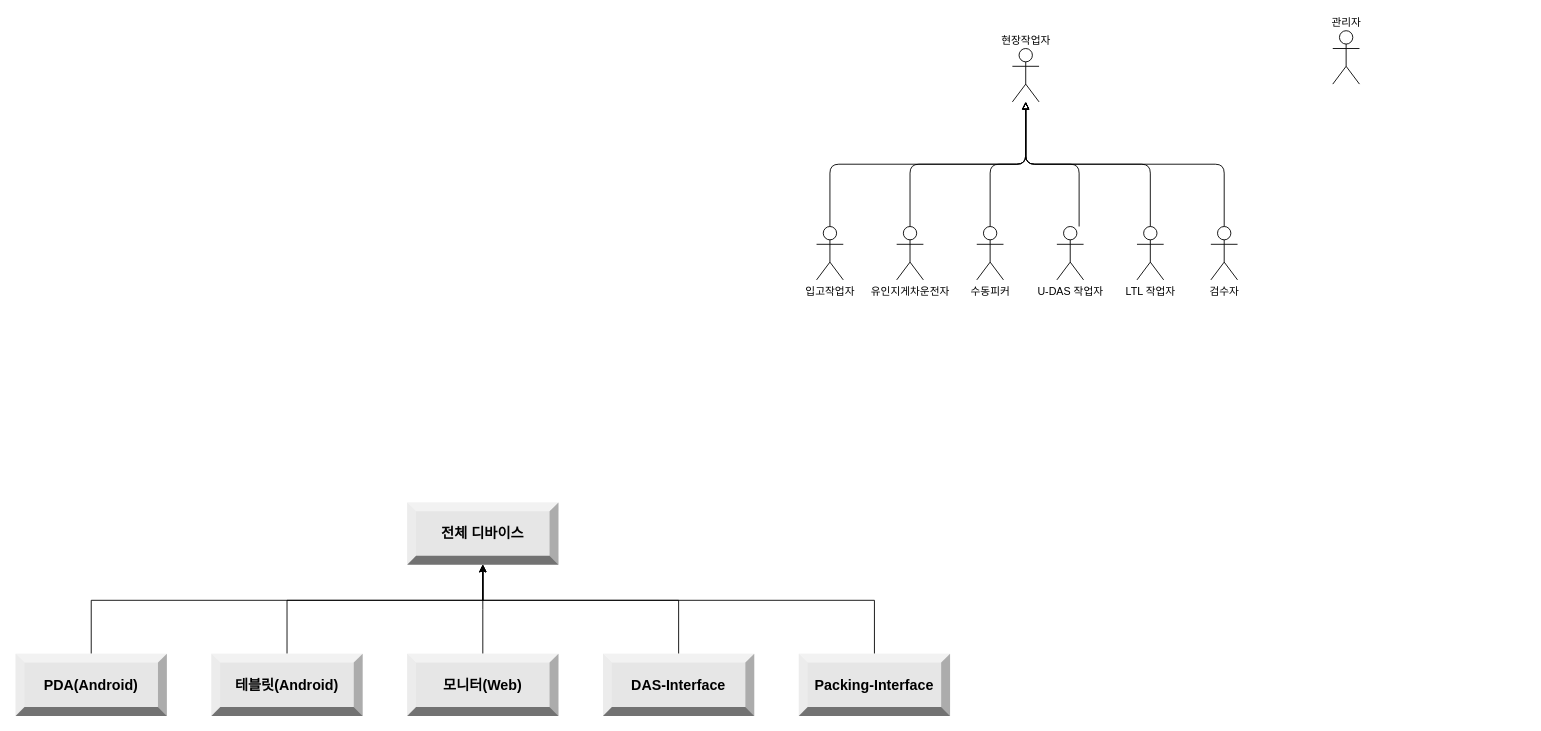
Before: 제목 없는 다이어그램.drawio in JiungChoi/2021-Java-ycsc, a draw.io diagram. Source tidied: cells renumbered, new cells numbered last; positions are measured from the earlier drawing's top-left corner, leaving out a move shared by most shapes. Both pictures are drawn from the tidied source at 89%, with x=0, y=0 at pixel (15, 30).
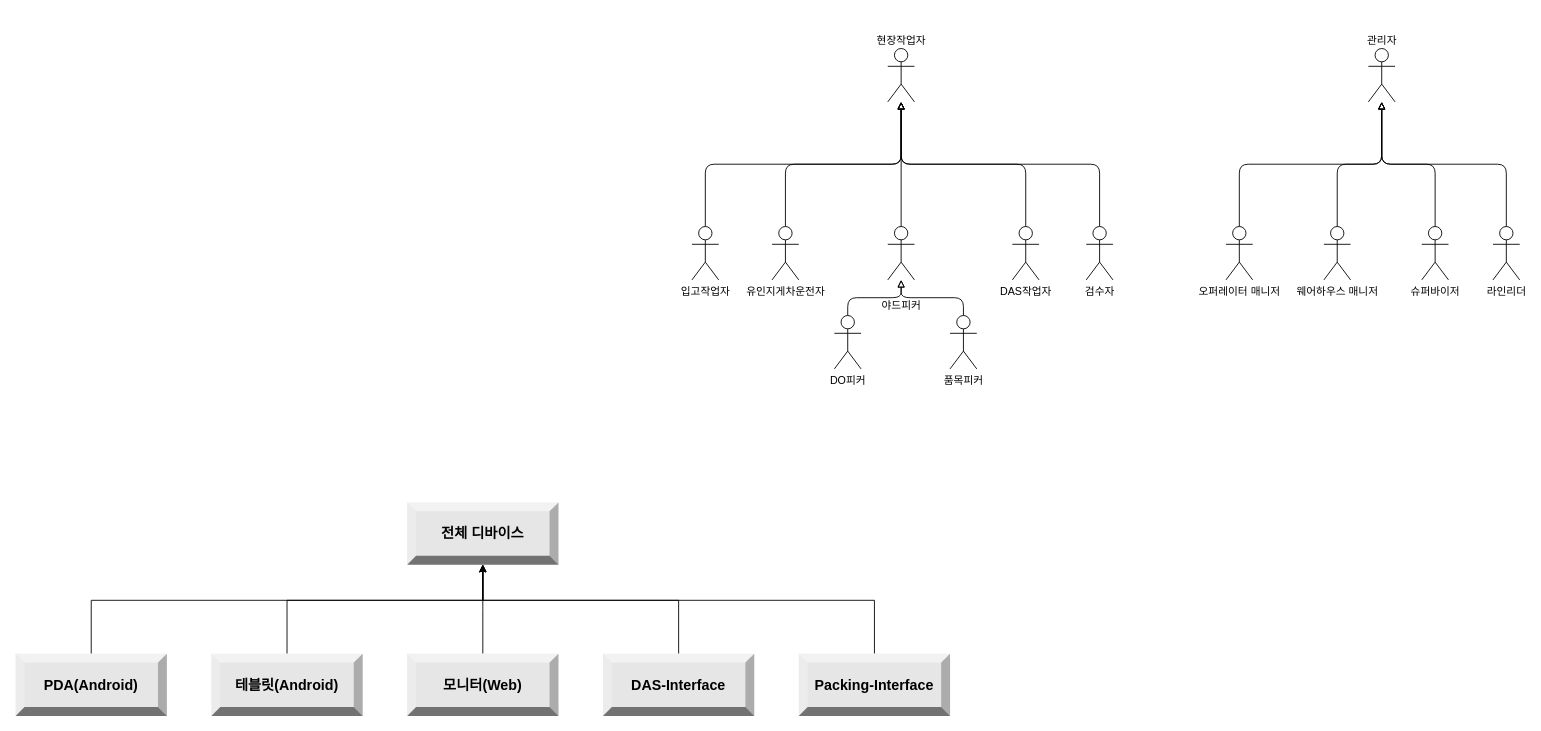
Above is the later version.

Commit message:
제목 없는 다이어그램.drawio 업데이트

Change to the diagram source:
```diff
@@
-    <mxCell id="2" value="현장작업자&lt;br&gt;" style="shape=umlActor;verticalLabelPosition=top;verticalAlign=bottom;html=1;outlineConnect=0;spacingTop=0;spacingBottom=0;labelPosition=center;align=center;" parent="1" vertex="1">
-      <mxGeometry x="1120" y="20" width="30" height="60" as="geometry" />
+    <mxCell id="2" value="현장작업자&lt;br&gt;" style="shape=umlActor;verticalLabelPosition=top;verticalAlign=bottom;html=1;outlineConnect=0;spacingTop=0;spacingBottom=0;labelPosition=center;align=center;labelBackgroundColor=none;labelBorderColor=none;" parent="1" vertex="1">
+      <mxGeometry x="980" y="20" width="30" height="60" as="geometry" />
     </mxCell>
-    <mxCell id="3" value="LTL 작업자" style="shape=umlActor;verticalLabelPosition=bottom;verticalAlign=top;html=1;outlineConnect=0;" parent="1" vertex="1">
-      <mxGeometry x="1260" y="220" width="30" height="60" as="geometry" />
+    <mxCell id="3" value="DAS작업자" style="shape=umlActor;verticalLabelPosition=bottom;verticalAlign=top;html=1;outlineConnect=0;labelBackgroundColor=none;labelBorderColor=none;" parent="1" vertex="1">
+      <mxGeometry x="1120" y="220" width="30" height="60" as="geometry" />
     </mxCell>
-    <mxCell id="4" style="edgeStyle=orthogonalEdgeStyle;rounded=1;jettySize=auto;html=1;endArrow=block;endFill=0;" parent="1" edge="1" source="5" target="2">
+    <mxCell id="4" style="edgeStyle=orthogonalEdgeStyle;rounded=1;jettySize=auto;html=1;endArrow=block;endFill=0;labelBackgroundColor=none;labelBorderColor=none;" parent="1" edge="1" source="5" target="2">
       <mxGeometry relative="1" as="geometry">
         <Array as="points">
-          <mxPoint x="1358" y="150" />
-          <mxPoint x="1135" y="150" />
+          <mxPoint x="1218" y="150" />
+          <mxPoint x="995" y="150" />
         </Array>
       </mxGeometry>
     </mxCell>
-    <mxCell id="5" value="검수자" style="shape=umlActor;verticalLabelPosition=bottom;verticalAlign=top;html=1;outlineConnect=0;" parent="1" vertex="1">
-      <mxGeometry x="1343" y="220" width="30" height="60" as="geometry" />
+    <mxCell id="5" value="검수자" style="shape=umlActor;verticalLabelPosition=bottom;verticalAlign=top;html=1;outlineConnect=0;labelBackgroundColor=none;labelBorderColor=none;" parent="1" vertex="1">
+      <mxGeometry x="1203" y="220" width="30" height="60" as="geometry" />
     </mxCell>
     <mxCell id="6" value="관리자" style="shape=umlActor;verticalLabelPosition=top;verticalAlign=bottom;html=1;outlineConnect=0;labelPosition=center;align=center;" parent="1" vertex="1">
-      <mxGeometry x="1480" width="30" height="60" as="geometry" />
+      <mxGeometry x="1520" y="20" width="30" height="60" as="geometry" />
     </mxCell>
-    <mxCell id="7" value="수동피커" style="shape=umlActor;verticalLabelPosition=bottom;verticalAlign=top;html=1;outlineConnect=0;" parent="1" vertex="1">
-      <mxGeometry x="1080" y="220" width="30" height="60" as="geometry" />
+    <mxCell id="7" value="&lt;p style=&quot;line-height: 180%;&quot;&gt;야드피커&lt;br&gt;&lt;/p&gt;" style="shape=umlActor;verticalLabelPosition=bottom;verticalAlign=top;html=1;outlineConnect=0;labelBackgroundColor=none;labelBorderColor=none;" parent="1" vertex="1">
+      <mxGeometry x="980" y="220" width="30" height="60" as="geometry" />
     </mxCell>
-    <mxCell id="8" style="rounded=1;jettySize=auto;html=1;endArrow=block;endFill=0;exitX=0.5;exitY=0;exitDx=0;exitDy=0;exitPerimeter=0;edgeStyle=orthogonalEdgeStyle;" parent="1" edge="1" source="9" target="2">
+    <mxCell id="8" style="rounded=1;jettySize=auto;html=1;endArrow=block;endFill=0;exitX=0.5;exitY=0;exitDx=0;exitDy=0;exitPerimeter=0;edgeStyle=orthogonalEdgeStyle;labelBackgroundColor=none;labelBorderColor=none;" parent="1" edge="1" source="9" target="2">
       <mxGeometry relative="1" as="geometry" />
     </mxCell>
-    <mxCell id="9" value="입고작업자" style="shape=umlActor;verticalLabelPosition=bottom;verticalAlign=top;html=1;outlineConnect=0;" parent="1" vertex="1">
-      <mxGeometry x="900" y="220" width="30" height="60" as="geometry" />
+    <mxCell id="9" value="입고작업자" style="shape=umlActor;verticalLabelPosition=bottom;verticalAlign=top;html=1;outlineConnect=0;labelBackgroundColor=none;labelBorderColor=none;" parent="1" vertex="1">
+      <mxGeometry x="760" y="220" width="30" height="60" as="geometry" />
     </mxCell>
-    <mxCell id="10" style="rounded=1;jettySize=auto;html=1;endArrow=block;endFill=0;exitX=0.5;exitY=0;exitDx=0;exitDy=0;exitPerimeter=0;edgeStyle=orthogonalEdgeStyle;" parent="1" edge="1" source="11" target="2">
+    <mxCell id="10" style="rounded=1;jettySize=auto;html=1;endArrow=block;endFill=0;exitX=0.5;exitY=0;exitDx=0;exitDy=0;exitPerimeter=0;edgeStyle=orthogonalEdgeStyle;labelBackgroundColor=none;labelBorderColor=none;" parent="1" edge="1" source="11" target="2">
       <mxGeometry relative="1" as="geometry" />
     </mxCell>
-    <mxCell id="11" value="유인지게차운전자&lt;br&gt;" style="shape=umlActor;verticalLabelPosition=bottom;verticalAlign=top;html=1;outlineConnect=0;" parent="1" vertex="1">
-      <mxGeometry x="990" y="220" width="30" height="60" as="geometry" />
+    <mxCell id="11" value="유인지게차운전자&lt;br&gt;" style="shape=umlActor;verticalLabelPosition=bottom;verticalAlign=top;html=1;outlineConnect=0;labelBackgroundColor=none;labelBorderColor=none;" parent="1" vertex="1">
+      <mxGeometry x="850" y="220" width="30" height="60" as="geometry" />
     </mxCell>
-    <mxCell id="12" style="rounded=1;jettySize=auto;html=1;endArrow=block;endFill=0;exitX=0.5;exitY=0;exitDx=0;exitDy=0;exitPerimeter=0;edgeStyle=orthogonalEdgeStyle;" parent="1" edge="1" source="7" target="2">
+    <mxCell id="12" style="rounded=1;jettySize=auto;html=1;endArrow=block;endFill=0;exitX=0.5;exitY=0;exitDx=0;exitDy=0;exitPerimeter=0;edgeStyle=orthogonalEdgeStyle;labelBackgroundColor=none;labelBorderColor=none;" parent="1" edge="1" source="7" target="2">
       <mxGeometry relative="1" as="geometry" />
     </mxCell>
-    <mxCell id="13" style="jettySize=auto;html=1;endArrow=block;endFill=0;exitX=0.5;exitY=0;exitDx=0;exitDy=0;exitPerimeter=0;rounded=1;edgeStyle=orthogonalEdgeStyle;" parent="1" edge="1" source="3" target="2">
+    <mxCell id="13" style="jettySize=auto;html=1;endArrow=block;endFill=0;exitX=0.5;exitY=0;exitDx=0;exitDy=0;exitPerimeter=0;rounded=1;edgeStyle=orthogonalEdgeStyle;labelBackgroundColor=none;labelBorderColor=none;" parent="1" edge="1" source="3" target="2">
       <mxGeometry relative="1" as="geometry" />
     </mxCell>
-    <mxCell id="14" style="edgeStyle=orthogonalEdgeStyle;rounded=1;jettySize=auto;html=1;endArrow=block;endFill=0;" parent="1" edge="1" source="15" target="2">
-      <mxGeometry relative="1" as="geometry">
-        <Array as="points">
-          <mxPoint x="1195" y="150" />
-          <mxPoint x="1135" y="150" />
-        </Array>
-      </mxGeometry>
-    </mxCell>
-    <mxCell id="15" value="U-DAS 작업자" style="shape=umlActor;verticalLabelPosition=bottom;verticalAlign=top;html=1;outlineConnect=0;labelBackgroundColor=none;" parent="1" vertex="1">
-      <mxGeometry x="1170" y="220" width="30" height="60" as="geometry" />
+    <mxCell id="15" value="DO피커" style="shape=umlActor;verticalLabelPosition=bottom;verticalAlign=top;html=1;outlineConnect=0;labelBackgroundColor=none;labelBorderColor=none;" parent="1" vertex="1">
+      <mxGeometry x="920" y="320" width="30" height="60" as="geometry" />
     </mxCell>
@@
+    <mxCell id="27" value="품목피커" style="shape=umlActor;verticalLabelPosition=bottom;verticalAlign=top;html=1;outlineConnect=0;labelBackgroundColor=none;labelBorderColor=none;" parent="1" vertex="1">
+      <mxGeometry x="1050" y="320" width="30" height="60" as="geometry" />
+    </mxCell>
+    <mxCell id="28" style="jettySize=auto;html=1;endArrow=block;endFill=0;exitX=0.5;exitY=0;exitDx=0;exitDy=0;exitPerimeter=0;rounded=1;edgeStyle=orthogonalEdgeStyle;labelBackgroundColor=none;labelBorderColor=none;" parent="1" edge="1" source="27" target="7">
+      <mxGeometry relative="1" as="geometry" />
+    </mxCell>
+    <mxCell id="29" style="jettySize=auto;html=1;endArrow=block;endFill=0;rounded=1;edgeStyle=orthogonalEdgeStyle;exitX=0.5;exitY=0;exitDx=0;exitDy=0;exitPerimeter=0;labelBackgroundColor=none;labelBorderColor=none;" parent="1" edge="1" source="15" target="7">
+      <mxGeometry relative="1" as="geometry">
+        <Array as="points">
+          <mxPoint x="935" y="300" />
+          <mxPoint x="995" y="300" />
+        </Array>
+      </mxGeometry>
+    </mxCell>
+    <mxCell id="30" value="슈퍼바이저" style="shape=umlActor;verticalLabelPosition=bottom;verticalAlign=top;html=1;outlineConnect=0;" parent="1" vertex="1">
+      <mxGeometry x="1580" y="220" width="30" height="60" as="geometry" />
+    </mxCell>
+    <mxCell id="31" value="라인리더" style="shape=umlActor;verticalLabelPosition=bottom;verticalAlign=top;html=1;outlineConnect=0;" parent="1" vertex="1">
+      <mxGeometry x="1660" y="220" width="30" height="60" as="geometry" />
+    </mxCell>
+    <mxCell id="32" value="오퍼레이터 매니저" style="shape=umlActor;verticalLabelPosition=bottom;verticalAlign=top;html=1;outlineConnect=0;" parent="1" vertex="1">
+      <mxGeometry x="1360" y="220" width="30" height="60" as="geometry" />
+    </mxCell>
+    <mxCell id="33" value="웨어하우스 매니저" style="shape=umlActor;verticalLabelPosition=bottom;verticalAlign=top;html=1;outlineConnect=0;" parent="1" vertex="1">
+      <mxGeometry x="1470" y="220" width="30" height="60" as="geometry" />
+    </mxCell>
+    <mxCell id="34" style="edgeStyle=orthogonalEdgeStyle;rounded=1;jettySize=auto;html=1;endArrow=block;endFill=0;labelBackgroundColor=none;labelBorderColor=none;exitX=0.5;exitY=0;exitDx=0;exitDy=0;exitPerimeter=0;" parent="1" edge="1" source="31" target="6">
+      <mxGeometry relative="1" as="geometry">
+        <Array as="points">
+          <mxPoint x="1675" y="150" />
+          <mxPoint x="1535" y="150" />
+        </Array>
+      </mxGeometry>
+    </mxCell>
+    <mxCell id="35" style="edgeStyle=orthogonalEdgeStyle;rounded=1;jettySize=auto;html=1;endArrow=block;endFill=0;labelBackgroundColor=none;labelBorderColor=none;exitX=0.5;exitY=0;exitDx=0;exitDy=0;exitPerimeter=0;" parent="1" edge="1" source="32" target="6">
+      <mxGeometry relative="1" as="geometry">
+        <Array as="points">
+          <mxPoint x="1375" y="150" />
+          <mxPoint x="1535" y="150" />
+        </Array>
+      </mxGeometry>
+    </mxCell>
+    <mxCell id="36" style="edgeStyle=orthogonalEdgeStyle;rounded=1;jettySize=auto;html=1;endArrow=block;endFill=0;labelBackgroundColor=none;labelBorderColor=none;exitX=0.5;exitY=0;exitDx=0;exitDy=0;exitPerimeter=0;" parent="1" edge="1" source="33">
+      <mxGeometry relative="1" as="geometry">
+        <mxPoint x="1535" y="80" as="targetPoint" />
+        <Array as="points">
+          <mxPoint x="1485" y="150" />
+          <mxPoint x="1535" y="150" />
+        </Array>
+      </mxGeometry>
+    </mxCell>
+    <mxCell id="37" style="edgeStyle=orthogonalEdgeStyle;rounded=1;jettySize=auto;html=1;endArrow=block;endFill=0;labelBackgroundColor=none;labelBorderColor=none;exitX=0.5;exitY=0;exitDx=0;exitDy=0;exitPerimeter=0;" parent="1" edge="1" source="30" target="6">
+      <mxGeometry relative="1" as="geometry">
+        <Array as="points">
+          <mxPoint x="1595" y="150" />
+          <mxPoint x="1535" y="150" />
+        </Array>
+      </mxGeometry>
+    </mxCell>
```
